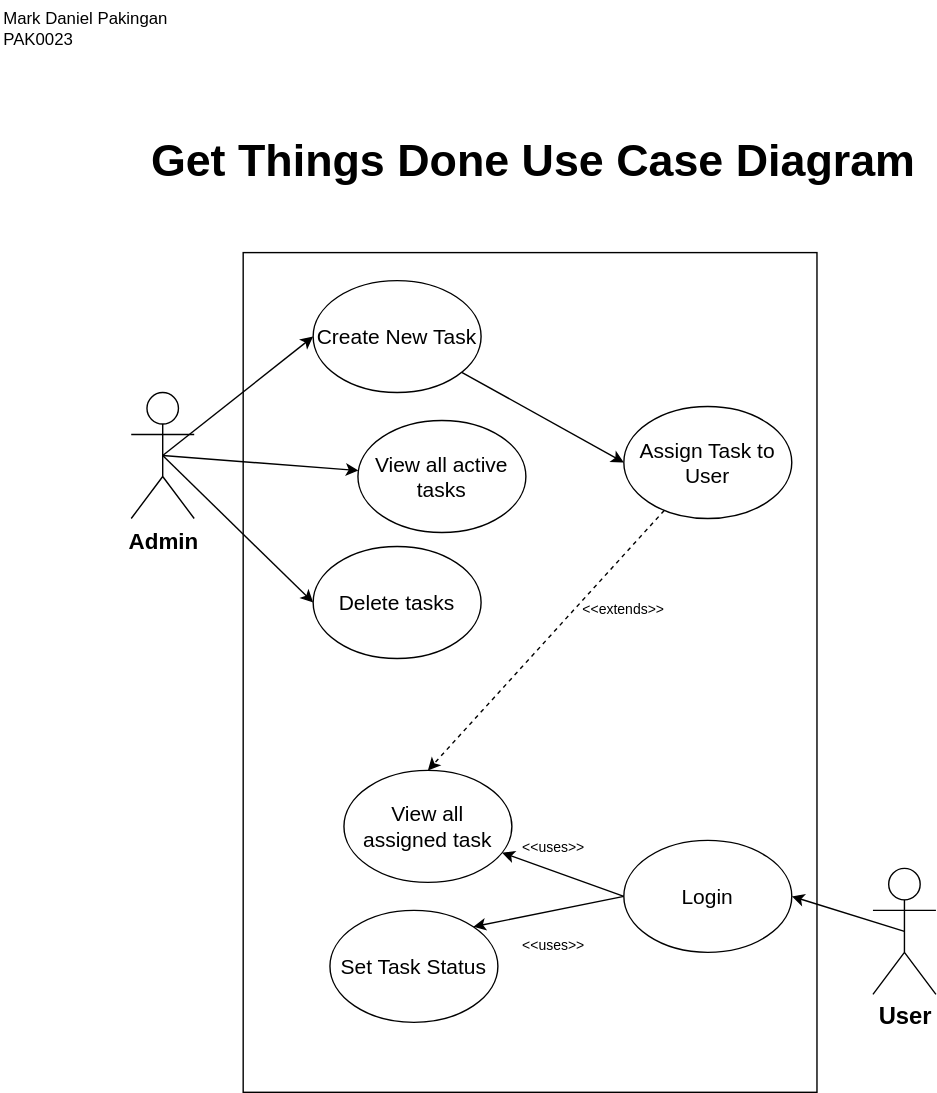
The draw.io diagram pakinganUseCaseDiagram.drawio.svg in ivondrak/SWE2025, before a commit. Source tidied: cells renumbered, new cells last; positions are measured from the earlier drawing's top-left corner, leaving out a move shared by most shapes.
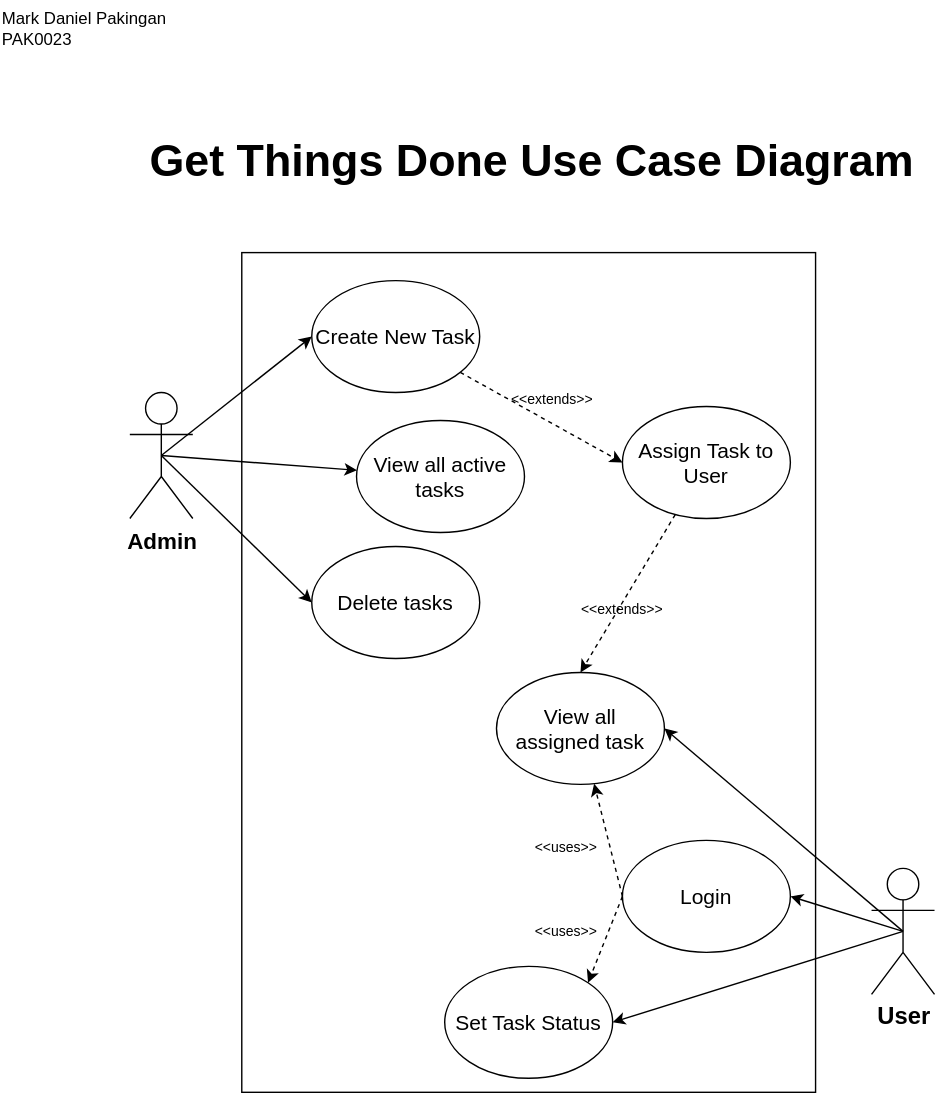
Above is the later version.

Commit message:
finished use case diagram

Diff of the diagram source:
```diff
@@ -11,10 +11,16 @@
     <mxCell id="4" style="edgeStyle=none;html=1;exitX=0.5;exitY=0.5;exitDx=0;exitDy=0;exitPerimeter=0;entryX=1;entryY=0.5;entryDx=0;entryDy=0;" parent="1" edge="1" source="5" target="21">
       <mxGeometry relative="1" as="geometry" />
     </mxCell>
+    <mxCell id="25" style="edgeStyle=none;html=1;exitX=0.5;exitY=0.5;exitDx=0;exitDy=0;exitPerimeter=0;entryX=1;entryY=0.5;entryDx=0;entryDy=0;" parent="1" edge="1" source="5" target="11">
+      <mxGeometry relative="1" as="geometry" />
+    </mxCell>
+    <mxCell id="26" style="edgeStyle=none;html=1;exitX=0.5;exitY=0.5;exitDx=0;exitDy=0;exitPerimeter=0;entryX=1;entryY=0.5;entryDx=0;entryDy=0;" parent="1" edge="1" source="5" target="10">
+      <mxGeometry relative="1" as="geometry" />
+    </mxCell>
     <mxCell id="5" value="&lt;div&gt;&lt;b&gt;&lt;font style=&quot;font-size: 17px;&quot;&gt;User&lt;/font&gt;&lt;/b&gt;&lt;/div&gt;" style="shape=umlActor;verticalLabelPosition=bottom;verticalAlign=top;html=1;" parent="1" vertex="1">
       <mxGeometry x="623" y="620" width="45" height="90" as="geometry" />
     </mxCell>
-    <mxCell id="6" style="edgeStyle=none;html=1;entryX=0;entryY=0.5;entryDx=0;entryDy=0;" parent="1" edge="1" source="7" target="18">
+    <mxCell id="6" style="edgeStyle=none;html=1;entryX=0;entryY=0.5;entryDx=0;entryDy=0;dashed=1;" parent="1" edge="1" source="7" target="18">
       <mxGeometry relative="1" as="geometry" />
     </mxCell>
     <mxCell id="7" value="&lt;font style=&quot;font-size: 15px;&quot;&gt;Create New Task&lt;/font&gt;" style="ellipse;whiteSpace=wrap;html=1;" parent="1" vertex="1">
@@ -27,10 +33,10 @@
       <mxGeometry x="223" y="390" width="120" height="80" as="geometry" />
     </mxCell>
     <mxCell id="10" value="&lt;font style=&quot;font-size: 15px;&quot;&gt;View all&amp;nbsp;&lt;/font&gt;&lt;div&gt;&lt;font style=&quot;font-size: 15px;&quot;&gt;assigned task&lt;/font&gt;&lt;/div&gt;" style="ellipse;whiteSpace=wrap;html=1;" parent="1" vertex="1">
-      <mxGeometry x="245" y="550" width="120" height="80" as="geometry" />
+      <mxGeometry x="355" y="480" width="120" height="80" as="geometry" />
     </mxCell>
     <mxCell id="11" value="&lt;span style=&quot;font-size: 15px;&quot;&gt;Set Task Status&lt;/span&gt;" style="ellipse;whiteSpace=wrap;html=1;" parent="1" vertex="1">
-      <mxGeometry x="235" y="650" width="120" height="80" as="geometry" />
+      <mxGeometry x="318" y="690" width="120" height="80" as="geometry" />
     </mxCell>
     <mxCell id="12" style="edgeStyle=none;html=1;exitX=0.5;exitY=0.5;exitDx=0;exitDy=0;exitPerimeter=0;entryX=0;entryY=0.5;entryDx=0;entryDy=0;" parent="1" edge="1" source="2" target="9">
       <mxGeometry relative="1" as="geometry" />
@@ -53,10 +59,10 @@
     <mxCell id="18" value="&lt;span style=&quot;font-size: 15px;&quot;&gt;Assign Task to&lt;/span&gt;&lt;div&gt;&lt;span style=&quot;font-size: 15px;&quot;&gt;User&lt;/span&gt;&lt;/div&gt;" style="ellipse;whiteSpace=wrap;html=1;" parent="1" vertex="1">
       <mxGeometry x="445" y="290" width="120" height="80" as="geometry" />
     </mxCell>
-    <mxCell id="19" style="edgeStyle=none;html=1;exitX=0;exitY=0.5;exitDx=0;exitDy=0;" parent="1" edge="1" source="21" target="10">
+    <mxCell id="19" style="edgeStyle=none;html=1;exitX=0;exitY=0.5;exitDx=0;exitDy=0;dashed=1;" parent="1" edge="1" source="21" target="10">
       <mxGeometry relative="1" as="geometry" />
     </mxCell>
-    <mxCell id="20" style="edgeStyle=none;html=1;exitX=0;exitY=0.5;exitDx=0;exitDy=0;entryX=1;entryY=0;entryDx=0;entryDy=0;" parent="1" edge="1" source="21" target="11">
+    <mxCell id="20" style="edgeStyle=none;html=1;exitX=0;exitY=0.5;exitDx=0;exitDy=0;entryX=1;entryY=0;entryDx=0;entryDy=0;dashed=1;" parent="1" edge="1" source="21" target="11">
       <mxGeometry relative="1" as="geometry" />
     </mxCell>
     <mxCell id="21" value="&lt;span style=&quot;font-size: 15px;&quot;&gt;Login&lt;/span&gt;" style="ellipse;whiteSpace=wrap;html=1;" parent="1" vertex="1">
@@ -66,10 +72,13 @@
       <mxGeometry x="415" y="420" width="60" height="30" as="geometry" />
     </mxCell>
     <mxCell id="23" value="&lt;font style=&quot;font-size: 10px;&quot;&gt;&amp;lt;&amp;lt;uses&amp;gt;&amp;gt;&lt;/font&gt;" style="text;html=1;align=center;verticalAlign=middle;whiteSpace=wrap;rounded=0;" parent="1" vertex="1">
-      <mxGeometry x="365" y="590" width="60" height="30" as="geometry" />
+      <mxGeometry x="375" y="590" width="60" height="30" as="geometry" />
     </mxCell>
     <mxCell id="24" value="&lt;font style=&quot;font-size: 10px;&quot;&gt;&amp;lt;&amp;lt;uses&amp;gt;&amp;gt;&lt;/font&gt;" style="text;html=1;align=center;verticalAlign=middle;whiteSpace=wrap;rounded=0;" parent="1" vertex="1">
-      <mxGeometry x="365" y="660" width="60" height="30" as="geometry" />
+      <mxGeometry x="375" y="650" width="60" height="30" as="geometry" />
     </mxCell>
+    <mxCell id="27" value="&lt;font style=&quot;font-size: 10px;&quot;&gt;&amp;lt;&amp;lt;extends&amp;gt;&amp;gt;&lt;/font&gt;" style="text;html=1;align=center;verticalAlign=middle;whiteSpace=wrap;rounded=0;" parent="1" vertex="1">
+      <mxGeometry x="365" y="270" width="60" height="30" as="geometry" />
+    </mxCell>
   </root>
 </mxGraphModel>
```
